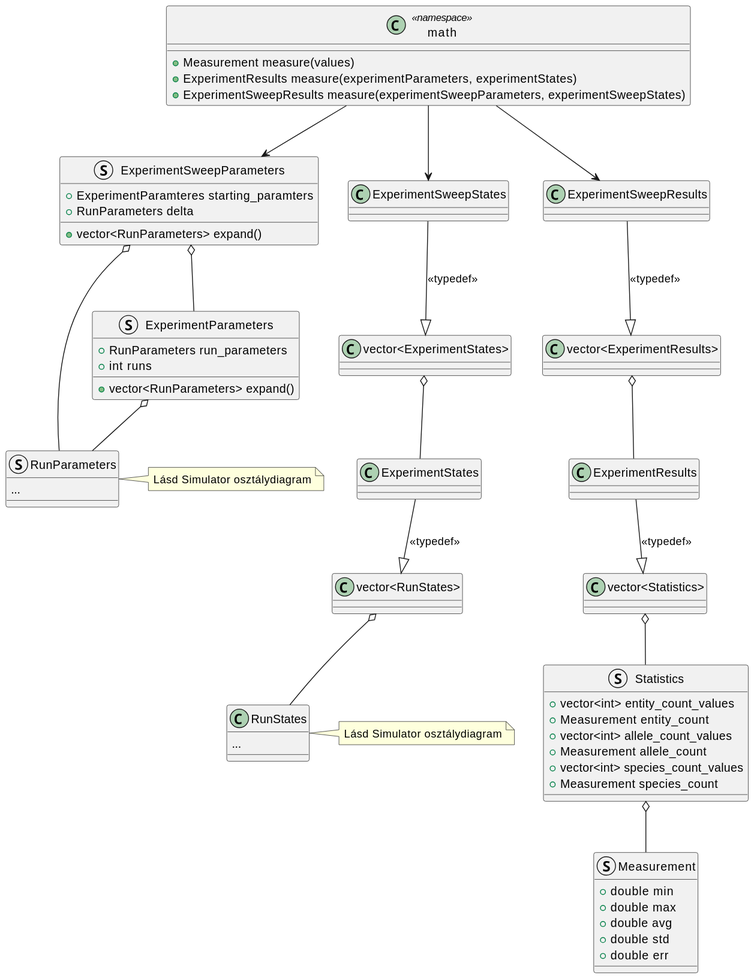
Earlier version of the PlantUML export thesis/assets/diagrams/cpp_experiment_classes.svg (hamrik/fatint-thesis).
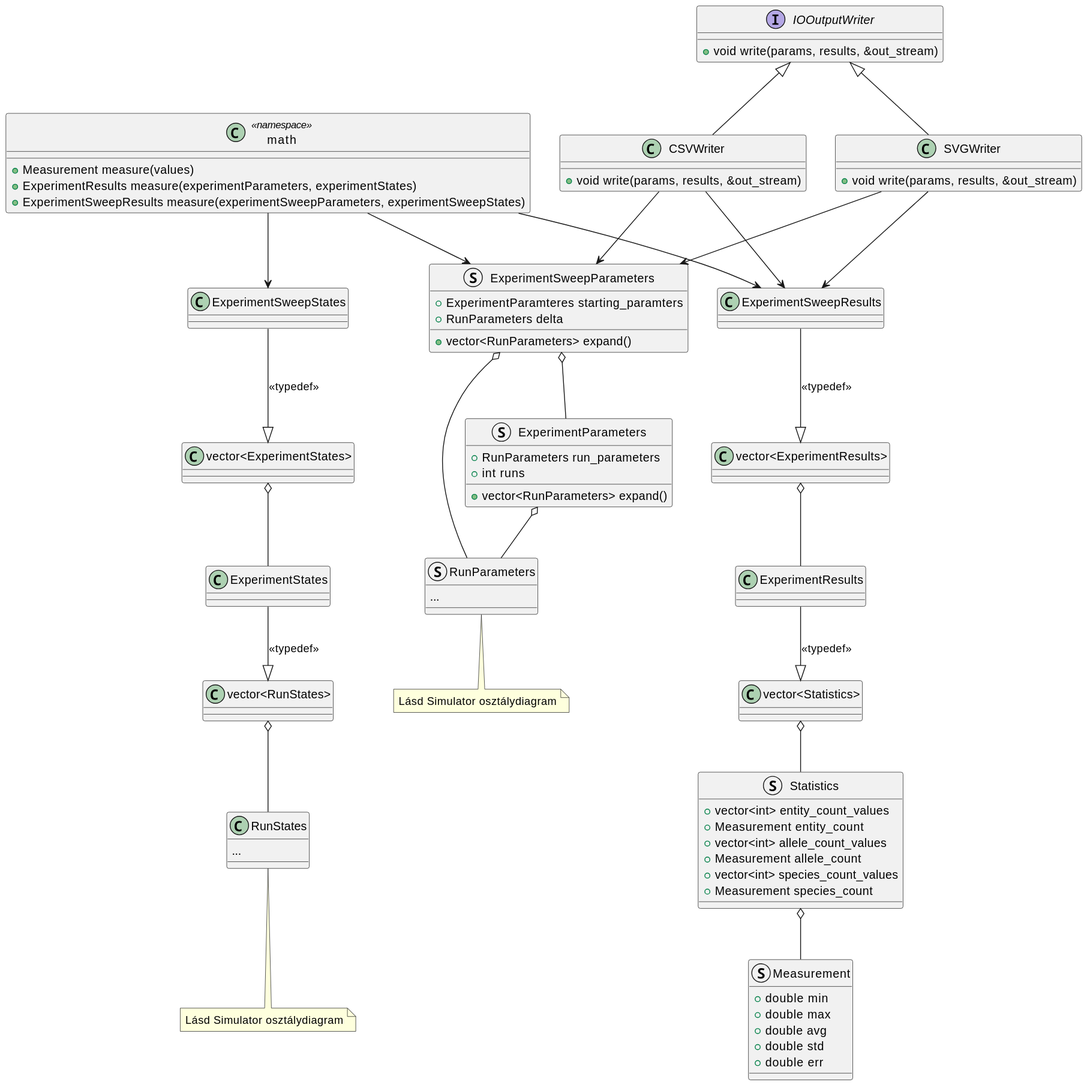
After the change.

What changed in the source:
```diff
@@ -2,7 +2,7 @@
 struct RunParameters {
   ...
 }
-note right: Lásd Simulator osztálydiagram
+note bottom: Lásd Simulator osztálydiagram
 
 struct ExperimentParameters {
   + RunParameters run_parameters
@@ -22,7 +22,7 @@
 class RunStates {
   ...
 }
-note right: Lásd Simulator osztálydiagram
+note bottom: Lásd Simulator osztálydiagram
 
 class "vector<RunStates>" { }
 "vector<RunStates>" o-- RunStates
@@ -69,4 +69,23 @@
 math --> ExperimentSweepParameters
 math --> ExperimentSweepStates
 math --> ExperimentSweepResults
+
+interface IOOutputWriter {
+  + void write(params, results, &out_stream)
+}
+class CSVWriter {
+  + void write(params, results, &out_stream)
+}
+class SVGWriter {
+  + void write(params, results, &out_stream)
+}
+
+IOOutputWriter <|-- CSVWriter
+IOOutputWriter <|-- SVGWriter
+
+CSVWriter --> ExperimentSweepParameters
+CSVWriter --> ExperimentSweepResults
+
+SVGWriter --> ExperimentSweepParameters
+SVGWriter --> ExperimentSweepResults
 @enduml
```
